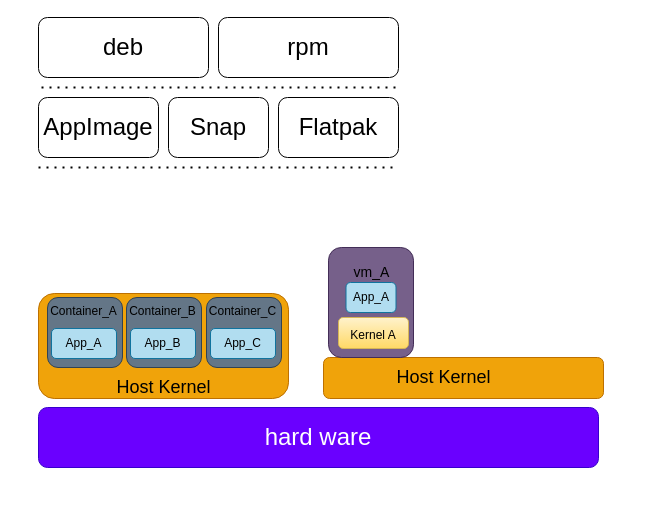
The draw.io diagram appcomparch.drawio in Doorer/draw.io-1, before the edit. Source tidied: cells renumbered, new cells numbered last; positions are measured from the earlier drawing's top-left corner, leaving out a move shared by most shapes. Both pictures are drawn from the tidied source at 100%, with x=0, y=0 at pixel (38, 17).
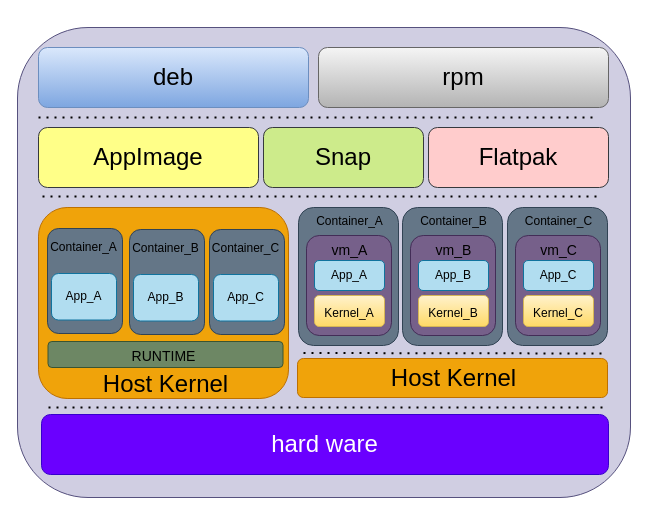
The same diagram, later.

Change to the diagram source:
```diff
@@
+    <mxCell id="30" style="rounded=1;whiteSpace=wrap;html=1;fontSize=14;fillColor=#d0cee2;strokeColor=#56517e;" parent="1" vertex="1">
+      <mxGeometry x="-21" y="10" width="613" height="470" as="geometry" />
+    </mxCell>
     <mxCell id="2" style="rounded=1;whiteSpace=wrap;html=1;fontSize=24;fontColor=#000000;strokeColor=#BD7000;fillColor=#f0a30a;" parent="1" vertex="1">
-      <mxGeometry y="276" width="250" height="105" as="geometry" />
+      <mxGeometry y="190" width="250" height="191" as="geometry" />
     </mxCell>
     <mxCell id="3" style="rounded=1;whiteSpace=wrap;html=1;fontSize=24;fillColor=#f0a30a;fontColor=#000000;strokeColor=#BD7000;" parent="1" vertex="1">
-      <mxGeometry x="285" y="340" width="280" height="41" as="geometry" />
+      <mxGeometry x="259" y="341" width="310" height="39" as="geometry" />
     </mxCell>
-    <mxCell id="4" value="&lt;font style=&quot;font-size: 24px&quot;&gt;deb&lt;/font&gt;" style="rounded=1;whiteSpace=wrap;html=1;" parent="1" vertex="1">
-      <mxGeometry width="170" height="60" as="geometry" />
+    <mxCell id="4" value="&lt;font style=&quot;font-size: 24px&quot;&gt;deb&lt;/font&gt;" style="rounded=1;whiteSpace=wrap;html=1;fillColor=#dae8fc;gradientColor=#7ea6e0;strokeColor=#6c8ebf;" parent="1" vertex="1">
+      <mxGeometry y="30" width="270" height="60" as="geometry" />
     </mxCell>
-    <mxCell id="5" value="rpm" style="rounded=1;whiteSpace=wrap;html=1;fontSize=24;" parent="1" vertex="1">
-      <mxGeometry x="180" width="180" height="60" as="geometry" />
+    <mxCell id="5" value="rpm" style="rounded=1;whiteSpace=wrap;html=1;fontSize=24;fillColor=#f5f5f5;gradientColor=#b3b3b3;strokeColor=#666666;" parent="1" vertex="1">
+      <mxGeometry x="280" y="30" width="290" height="60" as="geometry" />
     </mxCell>
-    <mxCell id="6" value="AppImage" style="rounded=1;whiteSpace=wrap;html=1;fontSize=24;" parent="1" vertex="1">
-      <mxGeometry y="80" width="120" height="60" as="geometry" />
+    <mxCell id="6" value="AppImage" style="rounded=1;whiteSpace=wrap;html=1;fontSize=24;fillColor=#ffff88;strokeColor=#36393d;" parent="1" vertex="1">
+      <mxGeometry y="110" width="220" height="60" as="geometry" />
     </mxCell>
-    <mxCell id="7" value="Snap" style="rounded=1;whiteSpace=wrap;html=1;fontSize=24;" parent="1" vertex="1">
-      <mxGeometry x="130" y="80" width="100" height="60" as="geometry" />
+    <mxCell id="7" value="Snap" style="rounded=1;whiteSpace=wrap;html=1;fontSize=24;fillColor=#cdeb8b;strokeColor=#36393d;" parent="1" vertex="1">
+      <mxGeometry x="225" y="110" width="160" height="60" as="geometry" />
     </mxCell>
-    <mxCell id="8" value="Flatpak" style="rounded=1;whiteSpace=wrap;html=1;fontSize=24;" parent="1" vertex="1">
-      <mxGeometry x="240" y="80" width="120" height="60" as="geometry" />
+    <mxCell id="8" value="Flatpak" style="rounded=1;whiteSpace=wrap;html=1;fontSize=24;fillColor=#ffcccc;strokeColor=#36393d;" parent="1" vertex="1">
+      <mxGeometry x="390" y="110" width="180" height="60" as="geometry" />
     </mxCell>
-    <mxCell id="9" style="endArrow=none;dashed=1;html=1;dashPattern=1 3;strokeWidth=2;rounded=0;fontSize=24;" parent="1" edge="1">
-      <mxGeometry relative="1" as="geometry">
-        <mxPoint x="3" y="70" as="sourcePoint" />
-        <mxPoint x="360" y="70" as="targetPoint" />
-      </mxGeometry>
-    </mxCell>
     <mxCell id="10" style="endArrow=none;dashed=1;html=1;dashPattern=1 3;strokeWidth=2;rounded=0;fontSize=24;" parent="1" edge="1">
       <mxGeometry relative="1" as="geometry">
-        <mxPoint y="150" as="sourcePoint" />
-        <mxPoint x="357" y="150" as="targetPoint" />
+        <mxPoint x="4" y="179" as="sourcePoint" />
+        <mxPoint x="564" y="179" as="targetPoint" />
       </mxGeometry>
     </mxCell>
     <mxCell id="11" value="hard ware" style="rounded=1;whiteSpace=wrap;html=1;fontSize=24;fillColor=#6a00ff;fontColor=#ffffff;strokeColor=#3700CC;" parent="1" vertex="1">
-      <mxGeometry y="390" width="560" height="60" as="geometry" />
+      <mxGeometry x="3" y="397" width="567" height="60" as="geometry" />
     </mxCell>
-    <mxCell id="12" value="&lt;font style=&quot;font-size: 18px&quot;&gt;Host Kernel&lt;/font&gt;" style="text;html=1;align=center;verticalAlign=middle;fillColor=none;strokeColor=none;rounded=0;fontSize=12;" parent="1" vertex="1">
-      <mxGeometry x="70" y="360" width="110" height="20" as="geometry" />
+    <mxCell id="12" value="&lt;font style=&quot;font-size: 24px&quot;&gt;Host Kernel&lt;/font&gt;" style="text;html=1;align=center;verticalAlign=middle;fillColor=none;strokeColor=none;rounded=0;fontSize=12;" parent="1" vertex="1">
+      <mxGeometry x="57" y="357" width="140" height="20" as="geometry" />
     </mxCell>
-    <mxCell id="13" value="&lt;font style=&quot;font-size: 18px&quot;&gt;Host Kernel&lt;/font&gt;" style="text;html=1;align=center;verticalAlign=middle;fillColor=none;strokeColor=none;rounded=0;fontSize=12;" parent="1" vertex="1">
-      <mxGeometry x="350" y="350" width="110" height="20" as="geometry" />
+    <mxCell id="13" value="&lt;font style=&quot;font-size: 24px&quot;&gt;Host Kernel&lt;/font&gt;" style="text;html=1;align=center;verticalAlign=middle;fillColor=none;strokeColor=none;rounded=0;fontSize=12;" parent="1" vertex="1">
+      <mxGeometry x="345" y="350.5" width="140" height="20" as="geometry" />
     </mxCell>
+    <mxCell id="18" style="group;" parent="1" vertex="1">
+      <mxGeometry x="5" y="196" width="80" height="120" as="geometry" />
+    </mxCell>
+    <mxCell id="19" style="rounded=1;whiteSpace=wrap;html=1;fontSize=24;fillColor=#647687;fontColor=#ffffff;strokeColor=#314354;" parent="18" vertex="1">
+      <mxGeometry x="4" y="15" width="75" height="105" as="geometry" />
+    </mxCell>
+    <mxCell id="20" value="&lt;font style=&quot;font-size: 12px&quot;&gt;Container_A&lt;/font&gt;" style="text;html=1;align=center;verticalAlign=middle;fillColor=none;strokeColor=none;rounded=0;fontSize=24;" parent="18" vertex="1">
+      <mxGeometry y="10" width="80" height="40" as="geometry" />
+    </mxCell>
+    <mxCell id="21" value="App_A" style="rounded=1;whiteSpace=wrap;html=1;fontSize=12;fillColor=#b1ddf0;strokeColor=#10739e;" parent="18" vertex="1">
+      <mxGeometry x="8" y="60" width="65" height="46.5" as="geometry" />
+    </mxCell>
+    <mxCell id="31" style="group;" parent="1" vertex="1">
+      <mxGeometry x="260" y="180" width="100" height="148" as="geometry" />
+    </mxCell>
+    <mxCell id="32" style="rounded=1;whiteSpace=wrap;html=1;fontSize=24;strokeColor=#314354;fillColor=#647687;fontColor=#ffffff;" parent="31" vertex="1">
+      <mxGeometry y="10" width="100" height="138" as="geometry" />
+    </mxCell>
-    <mxCell id="14" style="rounded=1;whiteSpace=wrap;html=1;fontSize=24;fillColor=#76608a;fontColor=#ffffff;strokeColor=#432D57;" parent="1" vertex="1">
-      <mxGeometry x="290" y="230" width="85" height="110" as="geometry" />
+    <mxCell id="14" style="rounded=1;whiteSpace=wrap;html=1;fontSize=24;fillColor=#76608a;fontColor=#ffffff;strokeColor=#432D57;" parent="31" vertex="1">
+      <mxGeometry x="8" y="38" width="85" height="100" as="geometry" />
     </mxCell>
-    <mxCell id="15" value="&lt;font style=&quot;font-size: 14px&quot;&gt;vm_A&lt;/font&gt;" style="text;html=1;align=center;verticalAlign=middle;fillColor=none;strokeColor=none;rounded=0;fontSize=24;" parent="1" vertex="1">
-      <mxGeometry x="307.5" y="232" width="50" height="40" as="geometry" />
+    <mxCell id="15" value="&lt;font style=&quot;font-size: 14px&quot;&gt;vm_A&lt;/font&gt;" style="text;html=1;align=center;verticalAlign=middle;fillColor=none;strokeColor=none;rounded=0;fontSize=24;" parent="31" vertex="1">
+      <mxGeometry x="25.5" y="30" width="50" height="40" as="geometry" />
     </mxCell>
-    <mxCell id="16" value="&lt;font style=&quot;font-size: 12px&quot;&gt;Kernel A&lt;/font&gt;" style="rounded=1;whiteSpace=wrap;html=1;fontSize=18;fillColor=#fff2cc;strokeColor=#d6b656;gradientColor=#ffd966;" parent="1" vertex="1">
-      <mxGeometry x="300" y="300" width="70" height="31" as="geometry" />
+    <mxCell id="16" value="&lt;font style=&quot;font-size: 12px&quot;&gt;Kernel_A&lt;/font&gt;" style="rounded=1;whiteSpace=wrap;html=1;fontSize=18;fillColor=#fff2cc;strokeColor=#d6b656;gradientColor=#ffd966;" parent="31" vertex="1">
+      <mxGeometry x="16" y="98" width="70" height="31" as="geometry" />
     </mxCell>
-    <mxCell id="17" value="App_A" style="rounded=1;whiteSpace=wrap;html=1;fontSize=12;fillColor=#b1ddf0;strokeColor=#10739e;" parent="1" vertex="1">
-      <mxGeometry x="307.5" y="265" width="50" height="30" as="geometry" />
+    <mxCell id="17" value="App_A" style="rounded=1;whiteSpace=wrap;html=1;fontSize=12;fillColor=#b1ddf0;strokeColor=#10739e;" parent="31" vertex="1">
+      <mxGeometry x="16" y="63" width="70" height="30" as="geometry" />
     </mxCell>
-    <mxCell id="18" style="group;" parent="1" vertex="1">
-      <mxGeometry x="5" y="270" width="80" height="80" as="geometry" />
-    </mxCell>
-    <mxCell id="19" style="rounded=1;whiteSpace=wrap;html=1;fontSize=24;fillColor=#647687;fontColor=#ffffff;strokeColor=#314354;" parent="18" vertex="1">
-      <mxGeometry x="4" y="10" width="75" height="70" as="geometry" />
-    </mxCell>
-    <mxCell id="20" value="&lt;font style=&quot;font-size: 12px&quot;&gt;Container_A&lt;/font&gt;" style="text;html=1;align=center;verticalAlign=middle;fillColor=none;strokeColor=none;rounded=0;fontSize=24;" parent="18" vertex="1">
-      <mxGeometry width="80" height="40" as="geometry" />
-    </mxCell>
-    <mxCell id="21" value="App_A" style="rounded=1;whiteSpace=wrap;html=1;fontSize=12;fillColor=#b1ddf0;strokeColor=#10739e;" parent="18" vertex="1">
-      <mxGeometry x="8" y="41" width="65" height="30" as="geometry" />
-    </mxCell>
-    <mxCell id="22" style="group;" parent="1" vertex="1">
-      <mxGeometry x="164" y="270" width="80" height="80" as="geometry" />
-    </mxCell>
-    <mxCell id="23" style="rounded=1;whiteSpace=wrap;html=1;fontSize=24;fillColor=#647687;fontColor=#ffffff;strokeColor=#314354;" parent="22" vertex="1">
-      <mxGeometry x="4" y="10" width="75" height="70" as="geometry" />
-    </mxCell>
+    <mxCell id="33" value="&lt;span style=&quot;font-size: 12px&quot;&gt;Container_A&lt;/span&gt;" style="text;html=1;align=center;verticalAlign=middle;fillColor=none;strokeColor=none;rounded=0;fontSize=24;fontColor=#000000;" parent="31" vertex="1">
+      <mxGeometry x="10.5" width="80" height="40" as="geometry" />
+    </mxCell>
+    <mxCell id="34" style="group;" parent="1" vertex="1">
+      <mxGeometry x="469" y="180" width="100" height="148" as="geometry" />
+    </mxCell>
+    <mxCell id="35" style="rounded=1;whiteSpace=wrap;html=1;fontSize=24;strokeColor=#314354;fillColor=#647687;fontColor=#ffffff;" parent="34" vertex="1">
+      <mxGeometry y="10" width="100" height="138" as="geometry" />
+    </mxCell>
+    <mxCell id="36" style="rounded=1;whiteSpace=wrap;html=1;fontSize=24;fillColor=#76608a;fontColor=#ffffff;strokeColor=#432D57;" parent="34" vertex="1">
+      <mxGeometry x="8" y="38" width="85" height="100" as="geometry" />
+    </mxCell>
+    <mxCell id="37" value="&lt;font style=&quot;font-size: 14px&quot;&gt;vm_C&lt;/font&gt;" style="text;html=1;align=center;verticalAlign=middle;fillColor=none;strokeColor=none;rounded=0;fontSize=24;" parent="34" vertex="1">
+      <mxGeometry x="25.5" y="30" width="50" height="40" as="geometry" />
+    </mxCell>
+    <mxCell id="38" value="&lt;font style=&quot;font-size: 12px&quot;&gt;Kernel_C&lt;/font&gt;" style="rounded=1;whiteSpace=wrap;html=1;fontSize=18;fillColor=#fff2cc;strokeColor=#d6b656;gradientColor=#ffd966;" parent="34" vertex="1">
+      <mxGeometry x="16" y="98" width="70" height="31" as="geometry" />
+    </mxCell>
+    <mxCell id="39" value="App_C" style="rounded=1;whiteSpace=wrap;html=1;fontSize=12;fillColor=#b1ddf0;strokeColor=#10739e;" parent="34" vertex="1">
+      <mxGeometry x="16" y="63" width="70" height="30" as="geometry" />
+    </mxCell>
+    <mxCell id="40" value="&lt;span style=&quot;font-size: 12px&quot;&gt;Container_C&lt;/span&gt;" style="text;html=1;align=center;verticalAlign=middle;fillColor=none;strokeColor=none;rounded=0;fontSize=24;fontColor=#000000;" parent="34" vertex="1">
+      <mxGeometry x="10.5" width="80" height="40" as="geometry" />
+    </mxCell>
+    <mxCell id="41" style="group;" parent="1" vertex="1">
+      <mxGeometry x="364" y="180" width="100" height="148" as="geometry" />
+    </mxCell>
+    <mxCell id="42" style="rounded=1;whiteSpace=wrap;html=1;fontSize=24;strokeColor=#314354;fillColor=#647687;fontColor=#ffffff;" parent="41" vertex="1">
+      <mxGeometry y="10" width="100" height="138" as="geometry" />
+    </mxCell>
+    <mxCell id="43" style="rounded=1;whiteSpace=wrap;html=1;fontSize=24;fillColor=#76608a;fontColor=#ffffff;strokeColor=#432D57;" parent="41" vertex="1">
+      <mxGeometry x="8" y="38" width="85" height="100" as="geometry" />
+    </mxCell>
+    <mxCell id="44" value="&lt;font style=&quot;font-size: 14px&quot;&gt;vm_B&lt;/font&gt;" style="text;html=1;align=center;verticalAlign=middle;fillColor=none;strokeColor=none;rounded=0;fontSize=24;" parent="41" vertex="1">
+      <mxGeometry x="25.5" y="30" width="50" height="40" as="geometry" />
+    </mxCell>
+    <mxCell id="45" value="&lt;font style=&quot;font-size: 12px&quot;&gt;Kernel_B&lt;/font&gt;" style="rounded=1;whiteSpace=wrap;html=1;fontSize=18;fillColor=#fff2cc;strokeColor=#d6b656;gradientColor=#ffd966;" parent="41" vertex="1">
+      <mxGeometry x="16" y="98" width="70" height="31" as="geometry" />
+    </mxCell>
+    <mxCell id="46" value="App_B" style="rounded=1;whiteSpace=wrap;html=1;fontSize=12;fillColor=#b1ddf0;strokeColor=#10739e;" parent="41" vertex="1">
+      <mxGeometry x="16" y="63" width="70" height="30" as="geometry" />
+    </mxCell>
+    <mxCell id="47" value="&lt;span style=&quot;font-size: 12px&quot;&gt;Container_B&lt;/span&gt;" style="text;html=1;align=center;verticalAlign=middle;fillColor=none;strokeColor=none;rounded=0;fontSize=24;fontColor=#000000;" parent="41" vertex="1">
+      <mxGeometry x="10.5" width="80" height="40" as="geometry" />
+    </mxCell>
+    <mxCell id="48" style="group;" parent="1" vertex="1">
+      <mxGeometry x="87" y="197" width="80" height="120" as="geometry" />
+    </mxCell>
+    <mxCell id="49" style="rounded=1;whiteSpace=wrap;html=1;fontSize=24;fillColor=#647687;fontColor=#ffffff;strokeColor=#314354;" parent="48" vertex="1">
+      <mxGeometry x="4" y="15" width="75" height="105" as="geometry" />
+    </mxCell>
+    <mxCell id="28" value="&lt;font style=&quot;font-size: 12px&quot;&gt;Container_B&lt;/font&gt;" style="text;html=1;align=center;verticalAlign=middle;fillColor=none;strokeColor=none;rounded=0;fontSize=24;" parent="48" vertex="1">
+      <mxGeometry y="10" width="80" height="40" as="geometry" />
+    </mxCell>
+    <mxCell id="50" value="App_B" style="rounded=1;whiteSpace=wrap;html=1;fontSize=12;fillColor=#b1ddf0;strokeColor=#10739e;" parent="48" vertex="1">
+      <mxGeometry x="8" y="60" width="65" height="46.5" as="geometry" />
+    </mxCell>
+    <mxCell id="51" style="group;" parent="1" vertex="1">
+      <mxGeometry x="167" y="197" width="80" height="120" as="geometry" />
+    </mxCell>
+    <mxCell id="52" style="rounded=1;whiteSpace=wrap;html=1;fontSize=24;fillColor=#647687;fontColor=#ffffff;strokeColor=#314354;" parent="51" vertex="1">
+      <mxGeometry x="4" y="15" width="75" height="105" as="geometry" />
+    </mxCell>
-    <mxCell id="24" value="&lt;font style=&quot;font-size: 12px&quot;&gt;Container_C&lt;/font&gt;" style="text;html=1;align=center;verticalAlign=middle;fillColor=none;strokeColor=none;rounded=0;fontSize=24;" parent="22" vertex="1">
-      <mxGeometry width="80" height="40" as="geometry" />
+    <mxCell id="24" value="&lt;font style=&quot;font-size: 12px&quot;&gt;Container_C&lt;/font&gt;" style="text;html=1;align=center;verticalAlign=middle;fillColor=none;strokeColor=none;rounded=0;fontSize=24;" parent="51" vertex="1">
+      <mxGeometry y="10" width="80" height="40" as="geometry" />
     </mxCell>
-    <mxCell id="25" value="App_C" style="rounded=1;whiteSpace=wrap;html=1;fontSize=12;fillColor=#b1ddf0;strokeColor=#10739e;" parent="22" vertex="1">
-      <mxGeometry x="8" y="41" width="65" height="30" as="geometry" />
-    </mxCell>
-    <mxCell id="26" style="group;" parent="1" vertex="1">
-      <mxGeometry x="84" y="270" width="80" height="80" as="geometry" />
-    </mxCell>
-    <mxCell id="27" style="rounded=1;whiteSpace=wrap;html=1;fontSize=24;fillColor=#647687;fontColor=#ffffff;strokeColor=#314354;" parent="26" vertex="1">
-      <mxGeometry x="4" y="10" width="75" height="70" as="geometry" />
-    </mxCell>
-    <mxCell id="28" value="&lt;font style=&quot;font-size: 12px&quot;&gt;Container_B&lt;/font&gt;" style="text;html=1;align=center;verticalAlign=middle;fillColor=none;strokeColor=none;rounded=0;fontSize=24;" parent="26" vertex="1">
-      <mxGeometry width="80" height="40" as="geometry" />
-    </mxCell>
-    <mxCell id="29" value="App_B" style="rounded=1;whiteSpace=wrap;html=1;fontSize=12;fillColor=#b1ddf0;strokeColor=#10739e;" parent="26" vertex="1">
-      <mxGeometry x="8" y="41" width="65" height="30" as="geometry" />
-    </mxCell>
+    <mxCell id="53" value="App_C" style="rounded=1;whiteSpace=wrap;html=1;fontSize=12;fillColor=#b1ddf0;strokeColor=#10739e;" parent="51" vertex="1">
+      <mxGeometry x="8" y="60" width="65" height="46.5" as="geometry" />
+    </mxCell>
+    <mxCell id="54" style="endArrow=none;dashed=1;html=1;dashPattern=1 3;strokeWidth=2;rounded=0;fontSize=24;" parent="1" edge="1">
+      <mxGeometry relative="1" as="geometry">
+        <mxPoint y="100" as="sourcePoint" />
+        <mxPoint x="560" y="100" as="targetPoint" />
+      </mxGeometry>
+    </mxCell>
+    <mxCell id="55" style="endArrow=none;dashed=1;html=1;dashPattern=1 3;strokeWidth=2;rounded=0;fontSize=24;" parent="1" edge="1">
+      <mxGeometry relative="1" as="geometry">
+        <mxPoint x="10" y="390" as="sourcePoint" />
+        <mxPoint x="570" y="390" as="targetPoint" />
+      </mxGeometry>
+    </mxCell>
+    <mxCell id="56" style="rounded=1;whiteSpace=wrap;html=1;fontSize=24;fontColor=#ffffff;strokeColor=#3A5431;fillColor=#6d8764;" parent="1" vertex="1">
+      <mxGeometry x="9.5" y="324" width="235" height="26" as="geometry" />
+    </mxCell>
+    <mxCell id="57" value="&lt;font style=&quot;font-size: 14px&quot;&gt;RUNTIME&lt;/font&gt;" style="text;html=1;align=center;verticalAlign=middle;fillColor=none;strokeColor=none;rounded=0;fontSize=24;fontColor=#000000;" parent="1" vertex="1">
+      <mxGeometry x="85" y="316" width="80" height="40" as="geometry" />
+    </mxCell>
+    <mxCell id="58" style="endArrow=none;dashed=1;html=1;dashPattern=1 3;strokeWidth=2;rounded=0;fontSize=24;" parent="1" edge="1">
+      <mxGeometry relative="1" as="geometry">
+        <mxPoint x="265" y="335.5" as="sourcePoint" />
+        <mxPoint x="565" y="336" as="targetPoint" />
+      </mxGeometry>
+    </mxCell>
```
